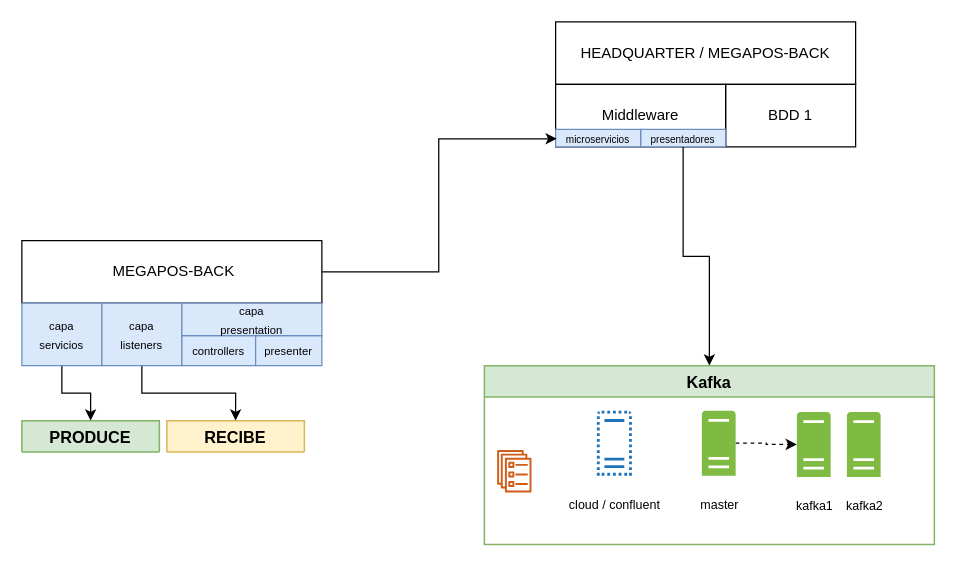
The draw.io diagram page "Megapos-HQ" (5 of 5) of arquitectura-megaprofer.drawio in whuera/arquitectura-megaprofer, before the edit. Source tidied: cells renumbered, new cells numbered last; positions are measured from the earlier drawing's top-left corner, leaving out a move shared by most shapes. Both pictures are drawn from the tidied source at 125%, with x=0, y=0 at pixel (21, 21).
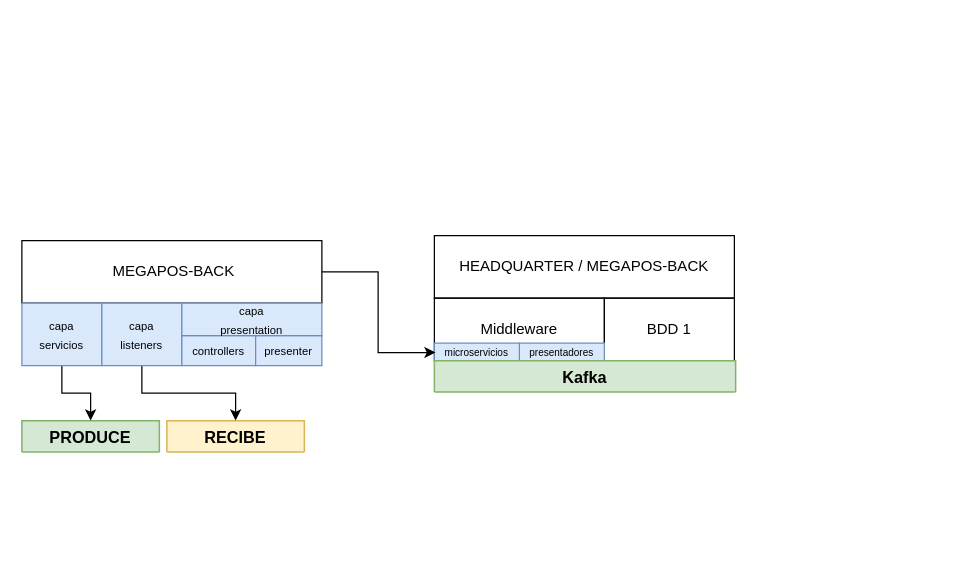
The same page after the edit.

The change refers to these unchanged cells:
```xml
<mxCell id="6" value="Middleware" style="rounded=0;whiteSpace=wrap;html=1;fillColor=none;" parent="3" vertex="1">
  <mxGeometry y="50" width="136" height="50" as="geometry" />
</mxCell>
```

The edit, as a diff of the source:
```diff
@@
     <mxCell id="2" style="group;" parent="1" vertex="1">
-      <mxGeometry x="409" width="240" height="100" as="geometry" />
+      <mxGeometry x="312" y="171" width="240" height="100" as="geometry" />
     </mxCell>
@@
-    <mxCell id="13" value="Kafka" style="shape=swimlane;startSize=25;fontSize=13;fontStyle=1;align=center;strokeColor=#82b366;strokeOpacity=100;fillOpacity=100;rotation=0;fillColor=#d5e8d4;strokeWidth=1.2;" parent="1" vertex="1">
-      <mxGeometry x="370" y="275" width="360" height="143" as="geometry" />
+    <mxCell id="13" value="Kafka" style="shape=swimlane;startSize=25;fontSize=13;fontStyle=1;align=center;strokeColor=#82b366;strokeOpacity=100;fillOpacity=100;rotation=0;fillColor=#d5e8d4;strokeWidth=1.2;" parent="1" vertex="1" collapsed="1">
+      <mxGeometry x="330" y="271" width="241" height="25" as="geometry" />
     </mxCell>
-    <mxCell id="14" style="fontColor=#232F3E;gradientColor=none;fillColor=#D05C17;strokeColor=none;dashed=0;verticalLabelPosition=bottom;verticalAlign=top;align=center;html=1;fontSize=12;fontStyle=0;shape=mxgraph.aws4.ecs_service;" parent="13" vertex="1">
-      <mxGeometry x="10" y="67.5" width="27.9" height="34" as="geometry" />
-    </mxCell>
-    <mxCell id="15" style="edgeStyle=orthogonalEdgeStyle;rounded=0;jettySize=auto;html=1;dashed=1;fontSize=21;" parent="13" edge="1" source="16" target="18">
-      <mxGeometry relative="1" as="geometry" />
-    </mxCell>
-    <mxCell id="16" value="&lt;font style=&quot;font-size: 10px&quot;&gt;master&lt;/font&gt;" style="shadow=0;dashed=0;html=1;strokeColor=none;labelPosition=center;verticalLabelPosition=bottom;verticalAlign=top;outlineConnect=0;align=center;shape=mxgraph.office.servers.server_generic;fillColor=#7FBA42;labelBackgroundColor=none;fontSize=21;" parent="13" vertex="1">
-      <mxGeometry x="174" y="36" width="27" height="52" as="geometry" />
-    </mxCell>
-    <mxCell id="17" value="&lt;font style=&quot;font-size: 10px&quot;&gt;kafka2&lt;/font&gt;" style="shadow=0;dashed=0;html=1;strokeColor=none;labelPosition=center;verticalLabelPosition=bottom;verticalAlign=top;align=center;shape=mxgraph.office.servers.server_generic;fillColor=#7FBA42;labelBackgroundColor=none;fontSize=21;" parent="13" vertex="1">
-      <mxGeometry x="290" y="37" width="27" height="52" as="geometry" />
-    </mxCell>
-    <mxCell id="18" value="&lt;font style=&quot;font-size: 10px&quot;&gt;kafka1&lt;/font&gt;" style="shadow=0;dashed=0;html=1;strokeColor=none;labelPosition=center;verticalLabelPosition=bottom;verticalAlign=top;outlineConnect=0;align=center;shape=mxgraph.office.servers.server_generic;fillColor=#7FBA42;labelBackgroundColor=none;fontSize=21;" parent="13" vertex="1">
-      <mxGeometry x="250" y="37" width="27" height="52" as="geometry" />
-    </mxCell>
-    <mxCell id="19" value="&lt;font style=&quot;font-size: 10px&quot;&gt;cloud / confluent&lt;/font&gt;" style="shadow=0;dashed=0;html=1;strokeColor=none;labelPosition=center;verticalLabelPosition=bottom;verticalAlign=top;align=center;shape=mxgraph.office.servers.virtual_server;fillColor=#2072B8;labelBackgroundColor=none;fontSize=21;" parent="13" vertex="1">
-      <mxGeometry x="90" y="36" width="28" height="52" as="geometry" />
-    </mxCell>
-    <mxCell id="20" style="edgeStyle=orthogonalEdgeStyle;rounded=0;jettySize=auto;html=1;exitX=0.75;exitY=1;exitDx=0;exitDy=0;" parent="1" edge="1" source="6" target="13">
-      <mxGeometry relative="1" as="geometry" />
-    </mxCell>
```
